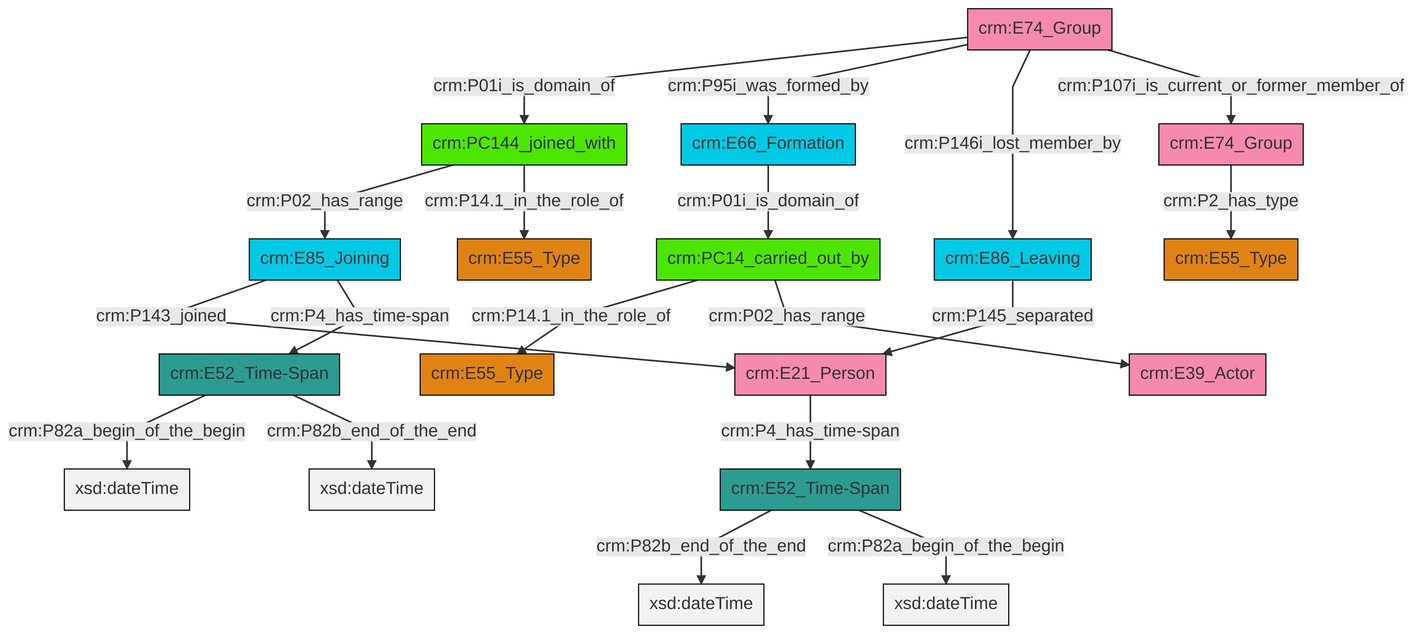
This is et/groupCSV/ttl/mmd/png/group_actor_relations.png from swiss-art-research-net/reference-data-models, a Mermaid export, as it was before one commit. Its source is kept beside it as et/groupCSV/ttl/mmd/group_actor_relations.ttl.mmd. Source of this version:
```mermaid
graph TD
classDef Literal fill:#f2f2f2,stroke:#000000;
classDef CRM_Entity fill:#FFFFFF,stroke:#000000;
classDef Temporal_Entity fill:#00C9E6, stroke:#000000;
classDef Type fill:#E18312, stroke:#000000;
classDef Time-Span fill:#2C9C91, stroke:#000000;
classDef Appellation fill:#FFEB7F, stroke:#000000;
classDef Place fill:#008836, stroke:#000000;
classDef Persistent_Item fill:#B266B2, stroke:#000000;
classDef Conceptual_Object fill:#FFD700, stroke:#000000;
classDef Physical_Thing fill:#D2B48C, stroke:#000000;
classDef Actor fill:#f58aad, stroke:#000000;
classDef PC_Classes fill:#4ce600, stroke:#000000;
classDef Multi fill:#cccccc,stroke:#000000;

2["crm:E74_Group"]:::Actor -->|crm:P01i_is_domain_of| 3["crm:PC144_joined_with"]:::PC_Classes
6["crm:PC14_carried_out_by"]:::PC_Classes -->|crm:P14.1_in_the_role_of| 4["crm:E55_Type"]:::Type
7["crm:E85_Joining"]:::Temporal_Entity -->|crm:P143_joined| 8["crm:E21_Person"]:::Actor
12["crm:E52_Time-Span"]:::Time-Span -->|crm:P82b_end_of_the_end| 13[xsd:dateTime]:::Literal
15["crm:E52_Time-Span"]:::Time-Span -->|crm:P82a_begin_of_the_begin| 16[xsd:dateTime]:::Literal
2["crm:E74_Group"]:::Actor -->|crm:P95i_was_formed_by| 17["crm:E66_Formation"]:::Temporal_Entity
2["crm:E74_Group"]:::Actor -->|crm:P146i_lost_member_by| 19["crm:E86_Leaving"]:::Temporal_Entity
15["crm:E52_Time-Span"]:::Time-Span -->|crm:P82b_end_of_the_end| 20[xsd:dateTime]:::Literal
2["crm:E74_Group"]:::Actor -->|crm:P107i_is_current_or_former_member_of| 22["crm:E74_Group"]:::Actor
3["crm:PC144_joined_with"]:::PC_Classes -->|crm:P02_has_range| 7["crm:E85_Joining"]:::Temporal_Entity
3["crm:PC144_joined_with"]:::PC_Classes -->|crm:P14.1_in_the_role_of| 0["crm:E55_Type"]:::Type
6["crm:PC14_carried_out_by"]:::PC_Classes -->|crm:P02_has_range| 23["crm:E39_Actor"]:::Actor
19["crm:E86_Leaving"]:::Temporal_Entity -->|crm:P145_separated| 8["crm:E21_Person"]:::Actor
8["crm:E21_Person"]:::Actor -->|crm:P4_has_time-span| 12["crm:E52_Time-Span"]:::Time-Span
7["crm:E85_Joining"]:::Temporal_Entity -->|crm:P4_has_time-span| 15["crm:E52_Time-Span"]:::Time-Span
17["crm:E66_Formation"]:::Temporal_Entity -->|crm:P01i_is_domain_of| 6["crm:PC14_carried_out_by"]:::PC_Classes
12["crm:E52_Time-Span"]:::Time-Span -->|crm:P82a_begin_of_the_begin| 33[xsd:dateTime]:::Literal
22["crm:E74_Group"]:::Actor -->|crm:P2_has_type| 10["crm:E55_Type"]:::Type
```
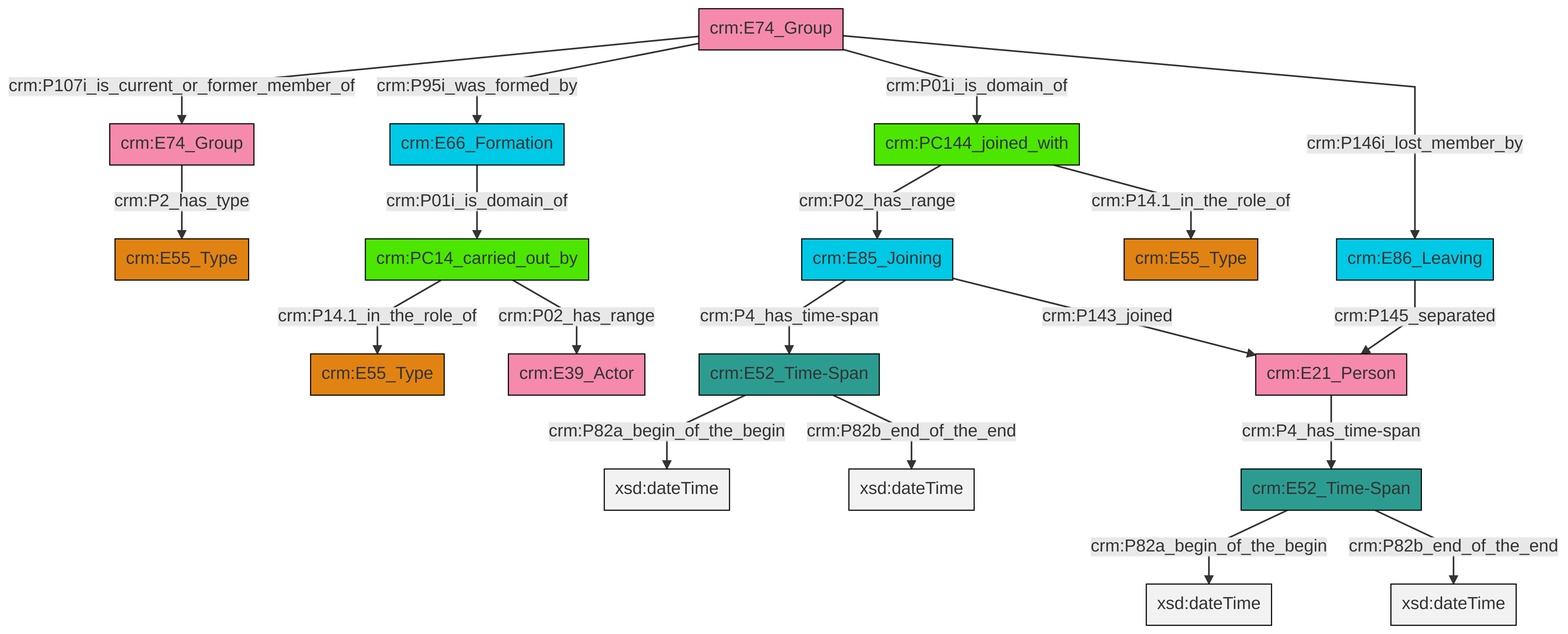
After the change.

The edit, as a diff of the source:
```diff
@@ -13,21 +13,21 @@
 classDef PC_Classes fill:#4ce600, stroke:#000000;
 classDef Multi fill:#cccccc,stroke:#000000;
 
-2["crm:E74_Group"]:::Actor -->|crm:P01i_is_domain_of| 3["crm:PC144_joined_with"]:::PC_Classes
-6["crm:PC14_carried_out_by"]:::PC_Classes -->|crm:P14.1_in_the_role_of| 4["crm:E55_Type"]:::Type
-7["crm:E85_Joining"]:::Temporal_Entity -->|crm:P143_joined| 8["crm:E21_Person"]:::Actor
-12["crm:E52_Time-Span"]:::Time-Span -->|crm:P82b_end_of_the_end| 13[xsd:dateTime]:::Literal
-15["crm:E52_Time-Span"]:::Time-Span -->|crm:P82a_begin_of_the_begin| 16[xsd:dateTime]:::Literal
-2["crm:E74_Group"]:::Actor -->|crm:P95i_was_formed_by| 17["crm:E66_Formation"]:::Temporal_Entity
-2["crm:E74_Group"]:::Actor -->|crm:P146i_lost_member_by| 19["crm:E86_Leaving"]:::Temporal_Entity
-15["crm:E52_Time-Span"]:::Time-Span -->|crm:P82b_end_of_the_end| 20[xsd:dateTime]:::Literal
-2["crm:E74_Group"]:::Actor -->|crm:P107i_is_current_or_former_member_of| 22["crm:E74_Group"]:::Actor
-3["crm:PC144_joined_with"]:::PC_Classes -->|crm:P02_has_range| 7["crm:E85_Joining"]:::Temporal_Entity
-3["crm:PC144_joined_with"]:::PC_Classes -->|crm:P14.1_in_the_role_of| 0["crm:E55_Type"]:::Type
-6["crm:PC14_carried_out_by"]:::PC_Classes -->|crm:P02_has_range| 23["crm:E39_Actor"]:::Actor
-19["crm:E86_Leaving"]:::Temporal_Entity -->|crm:P145_separated| 8["crm:E21_Person"]:::Actor
-8["crm:E21_Person"]:::Actor -->|crm:P4_has_time-span| 12["crm:E52_Time-Span"]:::Time-Span
-7["crm:E85_Joining"]:::Temporal_Entity -->|crm:P4_has_time-span| 15["crm:E52_Time-Span"]:::Time-Span
-17["crm:E66_Formation"]:::Temporal_Entity -->|crm:P01i_is_domain_of| 6["crm:PC14_carried_out_by"]:::PC_Classes
-12["crm:E52_Time-Span"]:::Time-Span -->|crm:P82a_begin_of_the_begin| 33[xsd:dateTime]:::Literal
-22["crm:E74_Group"]:::Actor -->|crm:P2_has_type| 10["crm:E55_Type"]:::Type
+0["crm:E74_Group"]:::Actor -->|crm:P107i_is_current_or_former_member_of| 1["crm:E74_Group"]:::Actor
+4["crm:E52_Time-Span"]:::Time-Span -->|crm:P82a_begin_of_the_begin| 5[xsd:dateTime]:::Literal
+0["crm:E74_Group"]:::Actor -->|crm:P95i_was_formed_by| 10["crm:E66_Formation"]:::Temporal_Entity
+8["crm:E85_Joining"]:::Temporal_Entity -->|crm:P4_has_time-span| 4["crm:E52_Time-Span"]:::Time-Span
+1["crm:E74_Group"]:::Actor -->|crm:P2_has_type| 13["crm:E55_Type"]:::Type
+14["crm:PC144_joined_with"]:::PC_Classes -->|crm:P02_has_range| 8["crm:E85_Joining"]:::Temporal_Entity
+8["crm:E85_Joining"]:::Temporal_Entity -->|crm:P143_joined| 15["crm:E21_Person"]:::Actor
+0["crm:E74_Group"]:::Actor -->|crm:P01i_is_domain_of| 14["crm:PC144_joined_with"]:::PC_Classes
+18["crm:E52_Time-Span"]:::Time-Span -->|crm:P82a_begin_of_the_begin| 19[xsd:dateTime]:::Literal
+4["crm:E52_Time-Span"]:::Time-Span -->|crm:P82b_end_of_the_end| 20[xsd:dateTime]:::Literal
+0["crm:E74_Group"]:::Actor -->|crm:P146i_lost_member_by| 22["crm:E86_Leaving"]:::Temporal_Entity
+6["crm:PC14_carried_out_by"]:::PC_Classes -->|crm:P14.1_in_the_role_of| 2["crm:E55_Type"]:::Type
+10["crm:E66_Formation"]:::Temporal_Entity -->|crm:P01i_is_domain_of| 6["crm:PC14_carried_out_by"]:::PC_Classes
+14["crm:PC144_joined_with"]:::PC_Classes -->|crm:P14.1_in_the_role_of| 11["crm:E55_Type"]:::Type
+18["crm:E52_Time-Span"]:::Time-Span -->|crm:P82b_end_of_the_end| 26[xsd:dateTime]:::Literal
+6["crm:PC14_carried_out_by"]:::PC_Classes -->|crm:P02_has_range| 28["crm:E39_Actor"]:::Actor
+15["crm:E21_Person"]:::Actor -->|crm:P4_has_time-span| 18["crm:E52_Time-Span"]:::Time-Span
+22["crm:E86_Leaving"]:::Temporal_Entity -->|crm:P145_separated| 15["crm:E21_Person"]:::Actor
```
